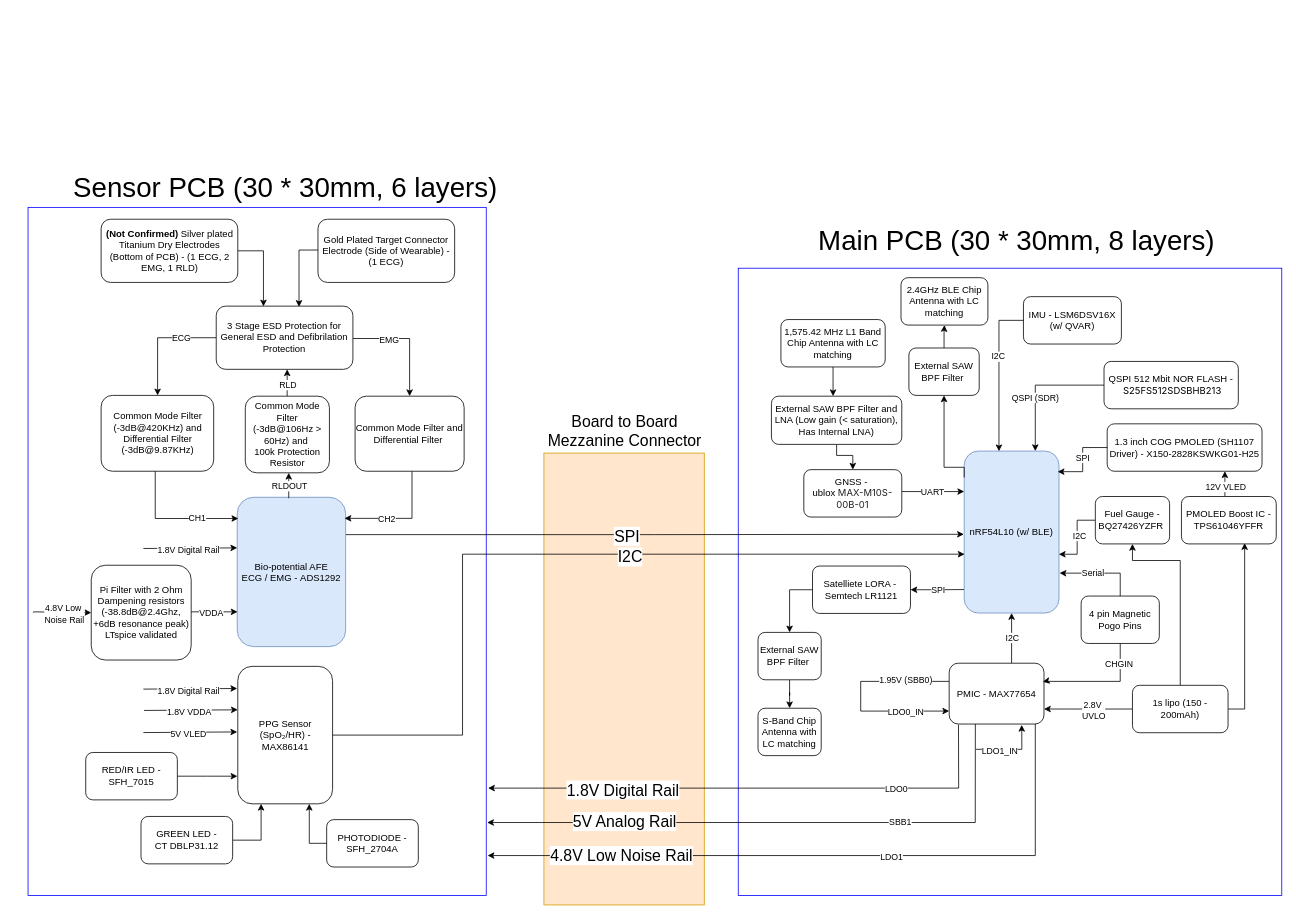
The draw.io diagram Design Docs/Wearable BioNode.drawio in gugan73715/Wearable-BioNode, before the edit. Source tidied: cells renumbered, new cells numbered last; positions are measured from the earlier drawing's top-left corner, leaving out a move shared by most shapes. Both pictures are drawn from the tidied source at 79%, with x=0, y=0 at pixel (28, 175).
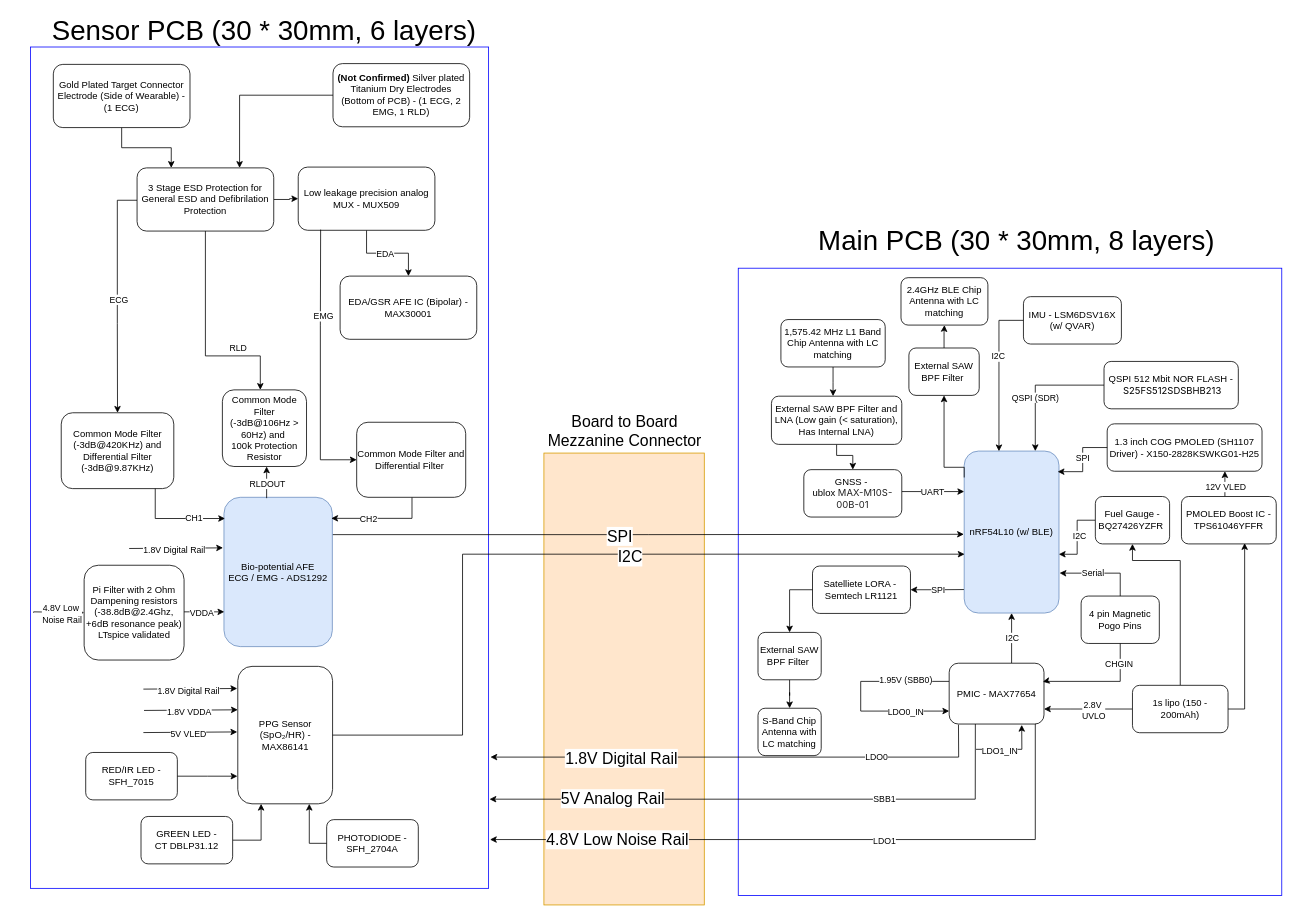
The same page after the edit.

Commit message:
Added EDA in Block Diagram

The edit, as a diff of the source:
```diff
@@
     <mxCell id="4" style="rounded=0;whiteSpace=wrap;html=1;fillColor=none;strokeColor=light-dark(#0000FF,#FFCC99);" parent="1" vertex="1">
-      <mxGeometry y="41" width="580" height="871" as="geometry" />
+      <mxGeometry x="3" y="-162" width="580" height="1065" as="geometry" />
     </mxCell>
@@
     <mxCell id="7" value="Bio-potential AFE&lt;div&gt;ECG / EMG -&amp;nbsp;ADS1292&lt;/div&gt;" style="rounded=1;whiteSpace=wrap;html=1;fillColor=#dae8fc;strokeColor=#6c8ebf;" parent="1" vertex="1">
-      <mxGeometry x="264.8" y="408" width="137.2" height="189" as="geometry" />
+      <mxGeometry x="248" y="408" width="137.2" height="189" as="geometry" />
     </mxCell>
@@
-    <mxCell id="9" style="edgeStyle=elbowEdgeStyle;rounded=0;jettySize=auto;html=1;exitX=1;exitY=0.5;exitDx=0;exitDy=0;entryX=0.349;entryY=0.005;entryDx=0;entryDy=0;entryPerimeter=0;" parent="1" edge="1" source="10" target="50">
-      <mxGeometry relative="1" as="geometry">
-        <Array as="points">
-          <mxPoint x="298" y="131" />
-        </Array>
-      </mxGeometry>
+    <mxCell id="9" style="edgeStyle=orthogonalEdgeStyle;rounded=0;jettySize=auto;html=1;entryX=0.75;entryY=0;entryDx=0;entryDy=0;" parent="1" edge="1" source="10" target="50">
+      <mxGeometry relative="1" as="geometry" />
     </mxCell>
     <mxCell id="10" value="&lt;b&gt;(Not Confirmed) &lt;/b&gt;Silver plated Titanium Dry Electrodes (Bottom of PCB) - (1 ECG, 2 EMG, 1 RLD)" style="rounded=1;whiteSpace=wrap;html=1;" parent="1" vertex="1">
-      <mxGeometry x="92.5" y="56" width="173" height="80" as="geometry" />
+      <mxGeometry x="386" y="-141" width="173" height="80" as="geometry" />
     </mxCell>
@@
     <mxCell id="43" value="Common Mode Filter (-3dB@420KHz) and Differential Filter (-3dB@9.87KHz)" style="rounded=1;whiteSpace=wrap;html=1;" parent="1" vertex="1">
-      <mxGeometry x="92.5" y="279" width="142.5" height="96" as="geometry" />
+      <mxGeometry x="42" y="301" width="142.5" height="96" as="geometry" />
     </mxCell>
-    <mxCell id="44" style="edgeStyle=elbowEdgeStyle;rounded=0;jettySize=auto;html=1;entryX=0.5;entryY=0;entryDx=0;entryDy=0;" parent="1" edge="1" source="50" target="43">
+    <mxCell id="44" style="edgeStyle=orthogonalEdgeStyle;rounded=0;jettySize=auto;html=1;entryX=0.5;entryY=0;entryDx=0;entryDy=0;" parent="1" edge="1" source="50" target="43">
       <mxGeometry relative="1" as="geometry">
         <Array as="points">
-          <mxPoint x="164" y="206" />
+          <mxPoint x="113" y="32" />
+          <mxPoint x="113" y="188" />
         </Array>
       </mxGeometry>
     </mxCell>
     <mxCell id="45" value="ECG" style="edgeLabel;html=1;align=center;verticalAlign=middle;" parent="44" vertex="1">
-      <mxGeometry x="-0.12" y="1" relative="1" as="geometry">
-        <mxPoint x="20" y="-1" as="offset" />
-      </mxGeometry>
+      <mxGeometry x="0.02" y="1" relative="1" as="geometry" />
     </mxCell>
-    <mxCell id="46" style="edgeStyle=elbowEdgeStyle;rounded=0;jettySize=auto;html=1;entryX=0.5;entryY=0;entryDx=0;entryDy=0;startArrow=classic;startFill=1;endArrow=none;endFill=0;" parent="1" edge="1" source="50" target="55">
-      <mxGeometry relative="1" as="geometry" />
+    <mxCell id="46" style="edgeStyle=orthogonalEdgeStyle;rounded=0;jettySize=auto;html=1;" parent="1" edge="1" source="50" target="55">
+      <mxGeometry relative="1" as="geometry">
+        <Array as="points">
+          <mxPoint x="225" y="229" />
+          <mxPoint x="294" y="229" />
+        </Array>
+      </mxGeometry>
     </mxCell>
     <mxCell id="47" value="RLD" style="edgeLabel;html=1;align=center;verticalAlign=middle;" parent="46" vertex="1">
-      <mxGeometry x="-0.37" relative="1" as="geometry">
-        <mxPoint y="8" as="offset" />
+      <mxGeometry x="-0.11" y="4" relative="1" as="geometry">
+        <mxPoint x="37" y="27" as="offset" />
       </mxGeometry>
     </mxCell>
-    <mxCell id="48" style="edgeStyle=elbowEdgeStyle;rounded=0;jettySize=auto;html=1;entryX=0.5;entryY=0;entryDx=0;entryDy=0;" parent="1" edge="1" source="50" target="54">
-      <mxGeometry relative="1" as="geometry">
-        <Array as="points">
-          <mxPoint x="483" y="207" />
-        </Array>
-      </mxGeometry>
-    </mxCell>
-    <mxCell id="49" value="EMG" style="edgeLabel;html=1;align=center;verticalAlign=middle;" parent="48" vertex="1">
-      <mxGeometry x="-0.38" y="-1" relative="1" as="geometry" />
-    </mxCell>
+    <mxCell id="114" style="edgeStyle=orthogonalEdgeStyle;rounded=0;jettySize=auto;html=1;entryX=0;entryY=0.5;entryDx=0;entryDy=0;" parent="1" edge="1" source="50" target="118">
+      <mxGeometry relative="1" as="geometry" />
+    </mxCell>
     <mxCell id="50" value="3 Stage ESD Protection for General ESD and Defibrilation Protection" style="rounded=1;whiteSpace=wrap;html=1;" parent="1" vertex="1">
-      <mxGeometry x="238.2" y="166" width="173" height="80" as="geometry" />
+      <mxGeometry x="138" y="-9" width="173" height="80" as="geometry" />
     </mxCell>
+    <mxCell id="115" style="edgeStyle=orthogonalEdgeStyle;rounded=0;jettySize=auto;html=1;entryX=0.25;entryY=0;entryDx=0;entryDy=0;" parent="1" edge="1" source="51" target="50">
+      <mxGeometry relative="1" as="geometry" />
+    </mxCell>
     <mxCell id="51" value="Gold Plated Target Connector Electrode (Side of Wearable) - (1 ECG)" style="rounded=1;whiteSpace=wrap;html=1;" parent="1" vertex="1">
-      <mxGeometry x="367" y="56" width="173" height="80" as="geometry" />
+      <mxGeometry x="32" y="-140" width="173" height="80" as="geometry" />
     </mxCell>
@@
     <mxCell id="54" value="Common Mode Filter and Differential Filter&amp;nbsp;" style="rounded=1;whiteSpace=wrap;html=1;" parent="1" vertex="1">
-      <mxGeometry x="414" y="280" width="138" height="95" as="geometry" />
+      <mxGeometry x="416" y="313" width="138" height="95" as="geometry" />
     </mxCell>
     <mxCell id="55" value="Common Mode Filter (-3dB@106Hz &amp;gt; 60Hz) and&amp;nbsp;&lt;div&gt;100k Protection Resistor&lt;/div&gt;" style="rounded=1;whiteSpace=wrap;html=1;" parent="1" vertex="1">
-      <mxGeometry x="275" y="280" width="106.5" height="97" as="geometry" />
+      <mxGeometry x="246" y="272" width="106.5" height="97" as="geometry" />
     </mxCell>
     <mxCell id="56" value="Pi Filter with 2 Ohm Dampening resistors (-38.8dB@2.4Ghz, +6dB resonance peak) LTspice validated" style="rounded=1;whiteSpace=wrap;html=1;" parent="1" vertex="1">
-      <mxGeometry x="80" y="494" width="126.5" height="120" as="geometry" />
+      <mxGeometry x="71" y="494" width="126.5" height="120" as="geometry" />
     </mxCell>
@@
     <mxCell id="67" style="edgeStyle=elbowEdgeStyle;rounded=0;orthogonalLoop=1;jettySize=auto;html=1;entryX=0;entryY=0.25;entryDx=0;entryDy=0;" parent="1" edge="1">
       <mxGeometry relative="1" as="geometry">
-        <mxPoint x="146" y="472.8" as="sourcePoint" />
-        <mxPoint x="264.8" y="472" as="targetPoint" />
+        <mxPoint x="128" y="472.8" as="sourcePoint" />
+        <mxPoint x="246.8" y="472" as="targetPoint" />
         <Array as="points">
-          <mxPoint x="146" y="464.8" />
+          <mxPoint x="128" y="464.8" />
         </Array>
       </mxGeometry>
     </mxCell>
@@
-    <mxCell id="69" style="edgeStyle=elbowEdgeStyle;rounded=0;jettySize=auto;html=1;entryX=0.609;entryY=0.012;entryDx=0;entryDy=0;entryPerimeter=0;" parent="1" edge="1" target="50">
-      <mxGeometry relative="1" as="geometry">
-        <mxPoint x="367" y="95" as="sourcePoint" />
-        <Array as="points">
-          <mxPoint x="343" y="95" />
-        </Array>
-      </mxGeometry>
-    </mxCell>
-    <mxCell id="70" style="edgeStyle=elbowEdgeStyle;rounded=0;jettySize=auto;html=1;entryX=0.475;entryY=0.006;entryDx=0;entryDy=0;entryPerimeter=0;startArrow=classic;startFill=1;endArrow=none;endFill=0;" parent="1" edge="1" source="55" target="7">
-      <mxGeometry relative="1" as="geometry" />
+    <mxCell id="70" style="edgeStyle=elbowEdgeStyle;rounded=0;orthogonalLoop=1;jettySize=auto;html=1;entryX=0.475;entryY=0.006;entryDx=0;entryDy=0;entryPerimeter=0;startArrow=classic;startFill=1;endArrow=none;endFill=0;" parent="1" edge="1">
+      <mxGeometry relative="1" as="geometry">
+        <mxPoint x="302" y="369" as="sourcePoint" />
+        <mxPoint x="302.2" y="409.1" as="targetPoint" />
+      </mxGeometry>
     </mxCell>
@@
     <mxCell id="86" value="Sensor PCB (30 * 30mm, 6 layers)" style="text;html=1;whiteSpace=wrap;strokeColor=none;fillColor=none;align=center;verticalAlign=middle;rounded=0;fontSize=35;fontColor=#000000;" parent="1" vertex="1">
-      <mxGeometry x="8.5" width="634" height="30" as="geometry" />
+      <mxGeometry x="-18" y="-198" width="634" height="30" as="geometry" />
     </mxCell>
@@
+    <mxCell id="116" style="edgeStyle=orthogonalEdgeStyle;rounded=0;jettySize=auto;html=1;entryX=0.5;entryY=0;entryDx=0;entryDy=0;" parent="1" edge="1" source="118" target="119">
+      <mxGeometry relative="1" as="geometry" />
+    </mxCell>
+    <mxCell id="117" value="EDA" style="edgeLabel;html=1;align=center;verticalAlign=middle;" parent="116" vertex="1">
+      <mxGeometry x="0.17" y="-2" relative="1" as="geometry">
+        <mxPoint x="-13" y="-2" as="offset" />
+      </mxGeometry>
+    </mxCell>
+    <mxCell id="118" value="Low leakage precision analog MUX - MUX509" style="rounded=1;whiteSpace=wrap;html=1;" parent="1" vertex="1">
+      <mxGeometry x="342" y="-10" width="173" height="80" as="geometry" />
+    </mxCell>
+    <mxCell id="119" value="EDA/GSR AFE IC (Bipolar) - MAX30001" style="rounded=1;whiteSpace=wrap;html=1;" parent="1" vertex="1">
+      <mxGeometry x="395" y="128" width="173" height="80" as="geometry" />
+    </mxCell>
+    <mxCell id="120" style="edgeStyle=orthogonalEdgeStyle;rounded=0;jettySize=auto;html=1;entryX=0.164;entryY=0.99;entryDx=0;entryDy=0;entryPerimeter=0;startArrow=classic;startFill=1;endArrow=none;endFill=0;" parent="1" edge="1" source="54" target="118">
+      <mxGeometry relative="1" as="geometry">
+        <Array as="points">
+          <mxPoint x="370" y="361" />
+          <mxPoint x="370" y="191" />
+          <mxPoint x="370" y="191" />
+        </Array>
+      </mxGeometry>
+    </mxCell>
+    <mxCell id="49" value="EMG" style="edgeLabel;html=1;align=center;verticalAlign=middle;" parent="120" vertex="1">
+      <mxGeometry x="0.35" y="-3" relative="1" as="geometry" />
+    </mxCell>
```
